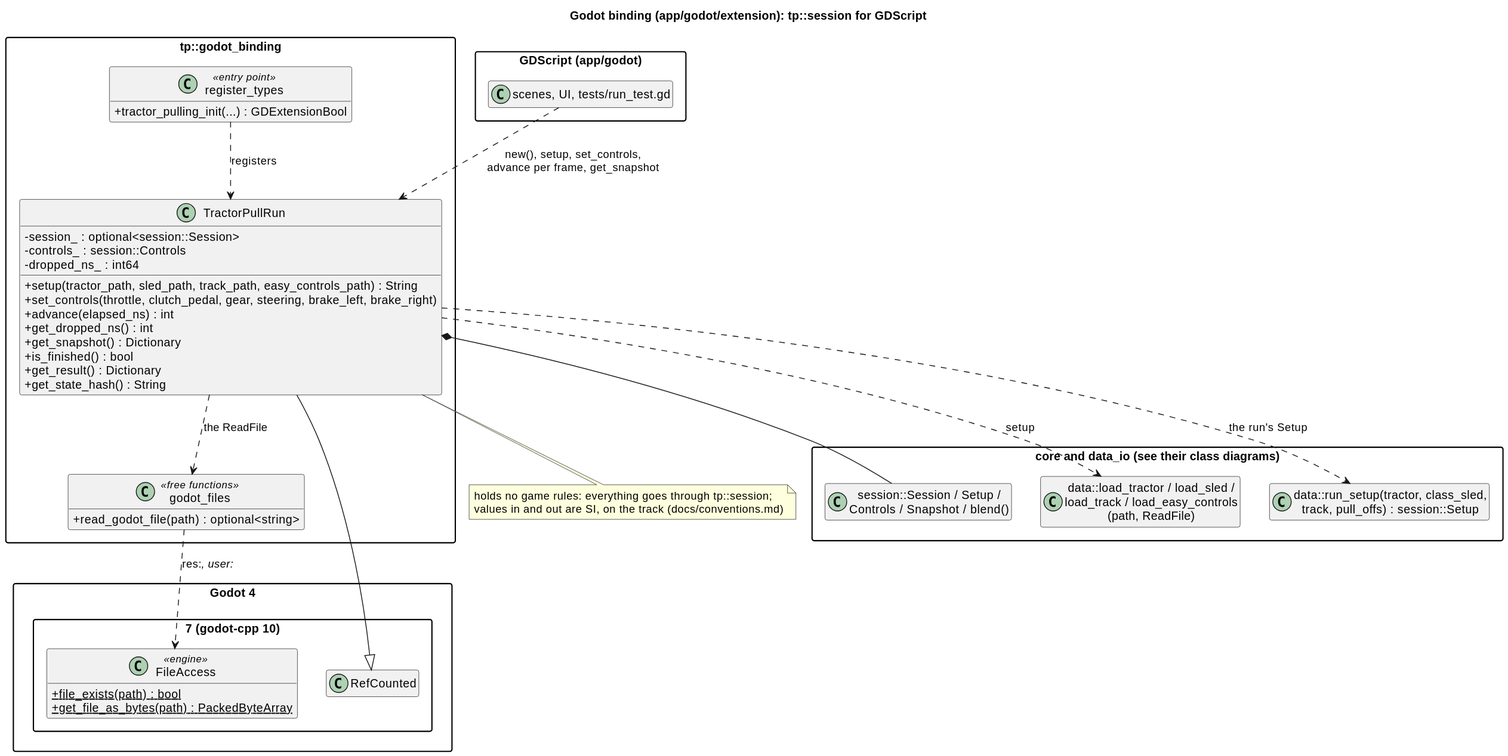
Before: docs/diagrams/svg/godot_classes.svg, a diagram exported from PlantUML (wversteeg/TractorPulling).
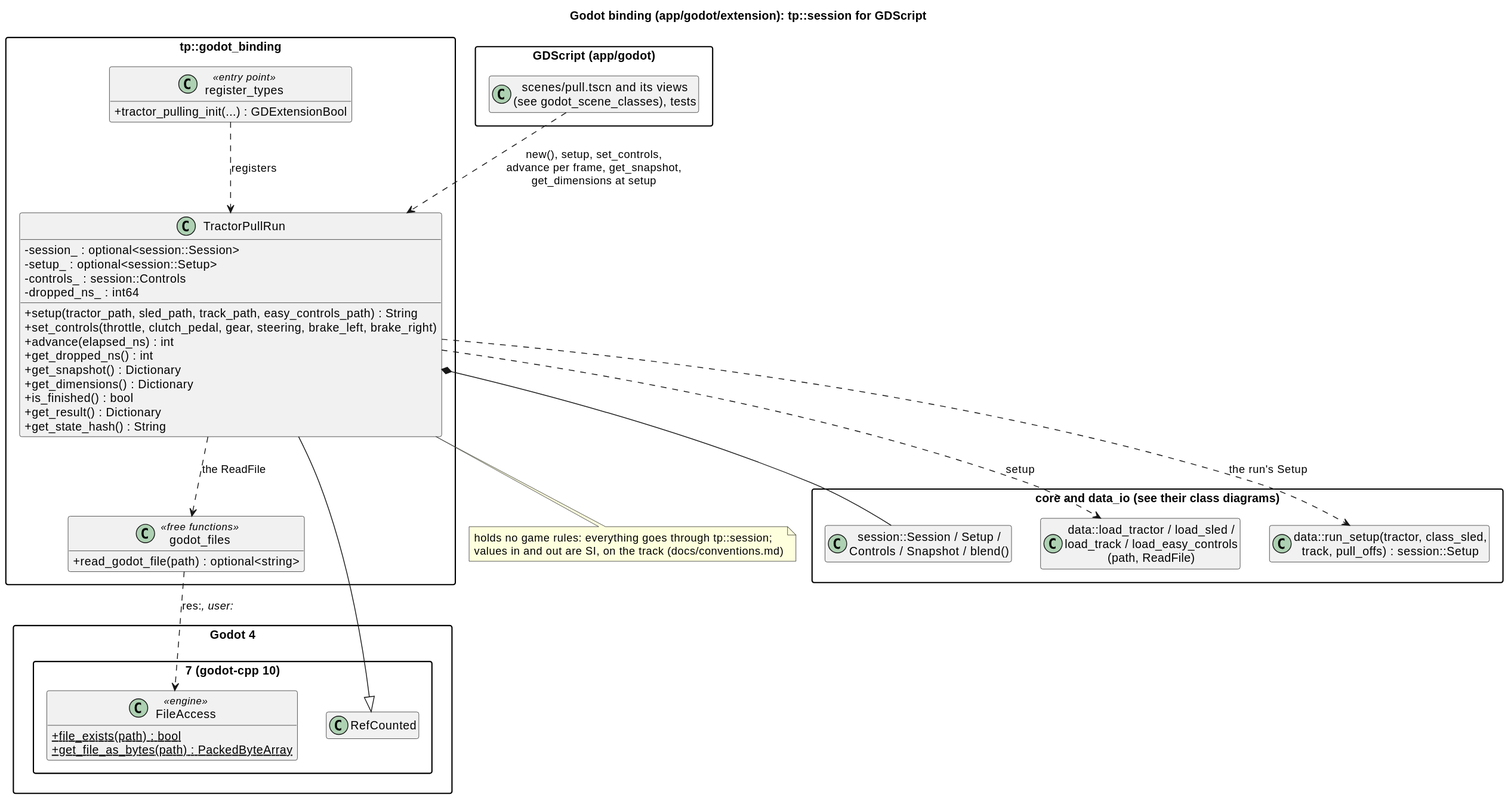
After the change.

Commit message:
Docs and diagrams for the pull scene

Diff of the diagram source:
```diff
@@ -15,6 +15,7 @@
 package "tp::godot_binding" {
   class TractorPullRun {
     -session_ : optional<session::Session>
+    -setup_ : optional<session::Setup>
     -controls_ : session::Controls
     -dropped_ns_ : int64
     +setup(tractor_path, sled_path, track_path, easy_controls_path) : String
@@ -22,6 +23,7 @@
     +advance(elapsed_ns) : int
     +get_dropped_ns() : int
     +get_snapshot() : Dictionary
+    +get_dimensions() : Dictionary
     +is_finished() : bool
     +get_result() : Dictionary
     +get_state_hash() : String
@@ -41,7 +43,7 @@
 }
 
 package "GDScript (app/godot)" {
-  class "scenes, UI, tests/run_test.gd" as Scripts
+  class "scenes/pull.tscn and its views\n(see godot_scene_classes), tests" as Scripts
 }
 
 RefCounted <|-- TractorPullRun
@@ -51,7 +53,7 @@
 TractorPullRun ..> RunSetup : the run's Setup
 TractorPullRun ..> Files : the ReadFile
 Files ..> FileAccess : res://, user://
-Scripts ..> TractorPullRun : new(), setup, set_controls,\nadvance per frame, get_snapshot
+Scripts ..> TractorPullRun : new(), setup, set_controls,\nadvance per frame, get_snapshot,\nget_dimensions at setup
 note bottom of TractorPullRun
   holds no game rules: everything goes through tp::session;
   values in and out are SI, on the track (docs/conventions.md)
```
